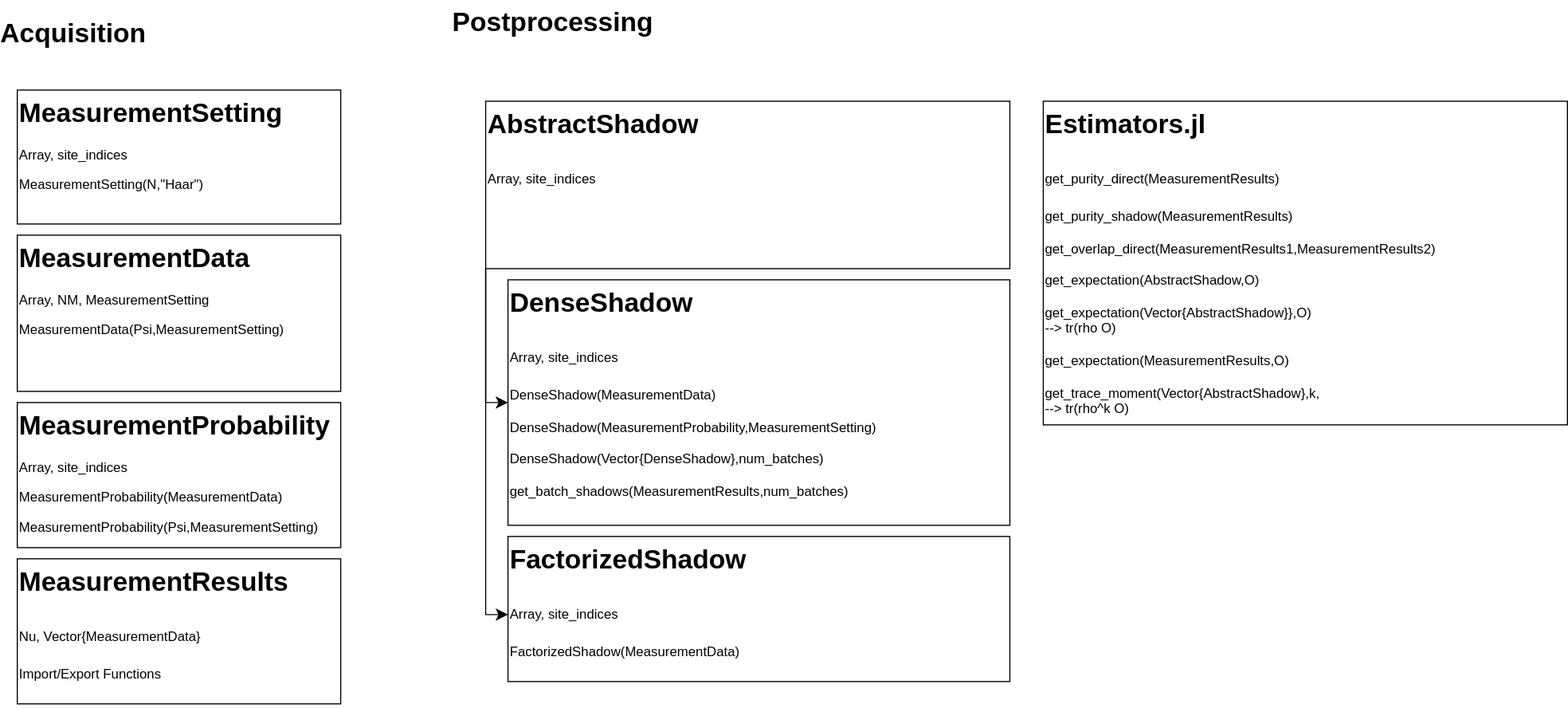
This is StructureRandomMeas.drawio.svg from bvermersch/RandomMeas.jl, a draw.io export, as it was before one commit. Source tidied: cells renumbered, new cells last; positions are measured from the earlier drawing's top-left corner, leaving out a move shared by most shapes.
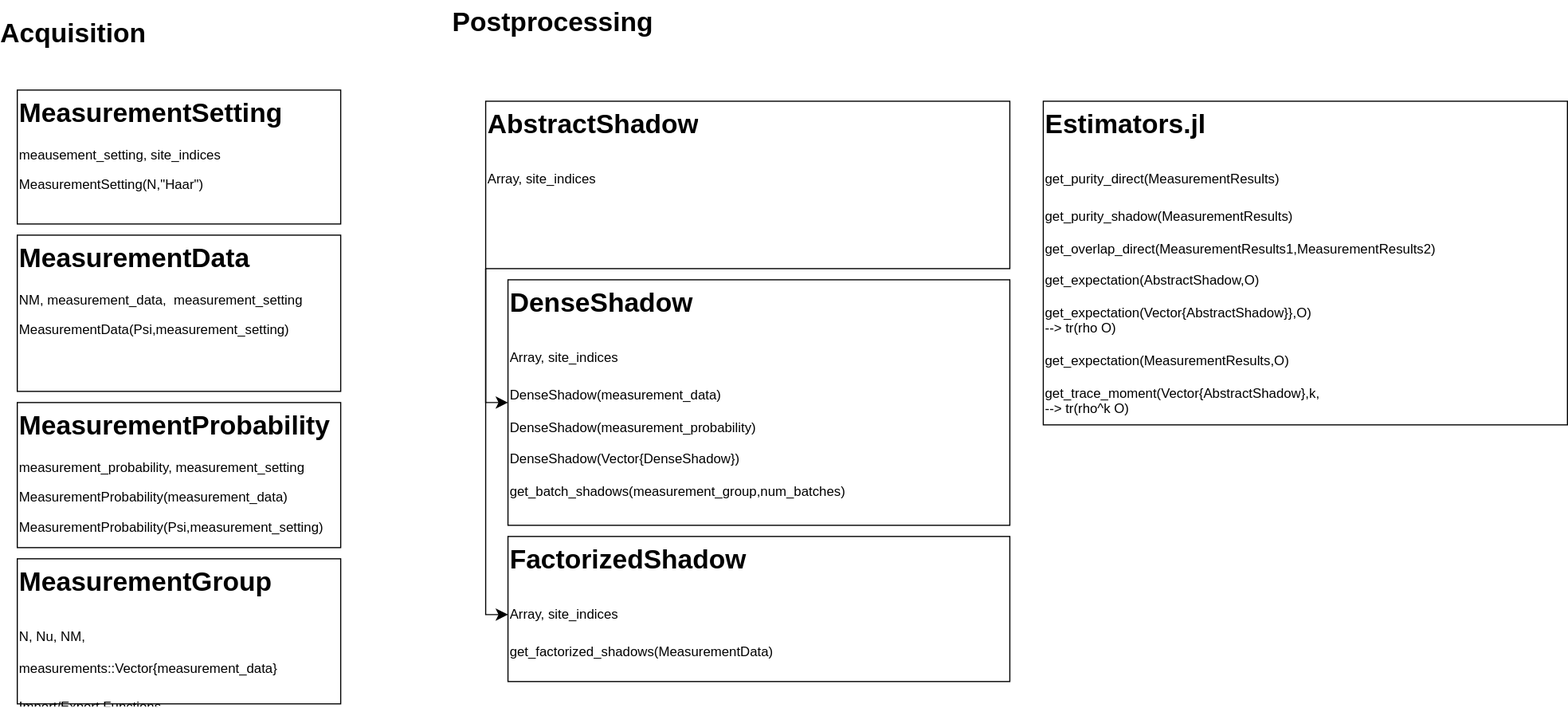
After the change.

The edit, as a diff of the source:
```diff
@@ -2,25 +2,25 @@
   <root>
     <mxCell id="0" />
     <mxCell id="1" parent="0" />
-    <mxCell id="2" value="&lt;h1 style=&quot;margin-top: 0px;&quot;&gt;MeasurementData&lt;/h1&gt;&lt;p&gt;Array, NM, MeasurementSetting&lt;/p&gt;&lt;p&gt;MeasurementData(Psi,MeasurementSetting)&lt;/p&gt;&lt;p&gt;&lt;br&gt;&lt;/p&gt;&lt;p&gt;&lt;br&gt;&lt;/p&gt;" style="text;html=1;whiteSpace=wrap;overflow=hidden;rounded=0;strokeColor=default;" parent="1" vertex="1">
+    <mxCell id="2" value="&lt;h1 style=&quot;margin-top: 0px;&quot;&gt;MeasurementData&lt;/h1&gt;NM,&lt;span style=&quot;background-color: initial;&quot;&gt;measurement_data,&amp;nbsp; measurement_setting&lt;/span&gt;&lt;br&gt;&lt;p&gt;MeasurementData(Psi,measurement_setting)&lt;/p&gt;&lt;p&gt;&lt;br&gt;&lt;/p&gt;&lt;p&gt;&lt;br&gt;&lt;/p&gt;" style="text;html=1;whiteSpace=wrap;overflow=hidden;rounded=0;strokeColor=default;" parent="1" vertex="1">
       <mxGeometry y="210" width="290" height="140" as="geometry" />
     </mxCell>
-    <mxCell id="3" value="&lt;h1 style=&quot;margin-top: 0px;&quot;&gt;MeasurementSetting&lt;/h1&gt;&lt;p&gt;Array, site_indices&lt;/p&gt;&lt;p&gt;MeasurementSetting(N,&quot;Haar&quot;)&lt;/p&gt;&lt;p&gt;&lt;br&gt;&lt;/p&gt;&lt;p&gt;&lt;br&gt;&lt;/p&gt;" style="text;html=1;whiteSpace=wrap;overflow=hidden;rounded=0;strokeColor=default;" parent="1" vertex="1">
+    <mxCell id="3" value="&lt;h1 style=&quot;margin-top: 0px;&quot;&gt;MeasurementSetting&lt;/h1&gt;&lt;p&gt;meausement_setting, site_indices&lt;/p&gt;&lt;p&gt;MeasurementSetting(N,&quot;Haar&quot;)&lt;/p&gt;&lt;p&gt;&lt;br&gt;&lt;/p&gt;&lt;p&gt;&lt;br&gt;&lt;/p&gt;" style="text;html=1;whiteSpace=wrap;overflow=hidden;rounded=0;strokeColor=default;" parent="1" vertex="1">
       <mxGeometry y="80" width="290" height="120" as="geometry" />
     </mxCell>
-    <mxCell id="4" value="&lt;h1 style=&quot;margin-top: 0px;&quot;&gt;MeasurementProbability&lt;/h1&gt;&lt;p&gt;Array, site_indices&lt;/p&gt;&lt;p&gt;MeasurementProbability(MeasurementData)&lt;/p&gt;&lt;p&gt;MeasurementProbability(Psi,MeasurementSetting)&lt;/p&gt;" style="text;html=1;whiteSpace=wrap;overflow=hidden;rounded=0;strokeColor=default;" parent="1" vertex="1">
+    <mxCell id="4" value="&lt;h1 style=&quot;margin-top: 0px;&quot;&gt;MeasurementProbability&lt;/h1&gt;&lt;p&gt;measurement_probability, measurement_setting&lt;/p&gt;&lt;p&gt;MeasurementProbability(measurement_data)&lt;/p&gt;&lt;p&gt;MeasurementProbability(Psi,measurement_setting)&lt;/p&gt;" style="text;html=1;whiteSpace=wrap;overflow=hidden;rounded=0;strokeColor=default;" parent="1" vertex="1">
       <mxGeometry y="360" width="290" height="130" as="geometry" />
     </mxCell>
-    <mxCell id="5" value="&lt;h1 style=&quot;margin-top: 0px;&quot;&gt;&lt;span style=&quot;background-color: transparent; color: light-dark(rgb(0, 0, 0), rgb(255, 255, 255));&quot;&gt;DenseShadow&lt;/span&gt;&lt;/h1&gt;&lt;h1 style=&quot;margin-top: 0px;&quot;&gt;&lt;span style=&quot;background-color: transparent; color: light-dark(rgb(0, 0, 0), rgb(255, 255, 255)); font-size: 12px; font-weight: normal;&quot;&gt;Array, site_indices&lt;/span&gt;&lt;/h1&gt;&lt;div&gt;DenseShadow(MeasurementData)&lt;/div&gt;&lt;div&gt;&lt;br&gt;&lt;/div&gt;&lt;div&gt;DenseShadow(MeasurementProbability,MeasurementSetting)&lt;/div&gt;&lt;div&gt;&lt;br&gt;&lt;/div&gt;&lt;div&gt;DenseShadow(Vector{DenseShadow},num_batches)&lt;/div&gt;&lt;div&gt;&lt;br&gt;&lt;/div&gt;&lt;div&gt;get_batch_shadows(MeasurementResults,num_batches)&lt;/div&gt;&lt;div&gt;&lt;br&gt;&lt;/div&gt;" style="text;html=1;whiteSpace=wrap;overflow=hidden;rounded=0;strokeColor=default;" parent="1" vertex="1">
+    <mxCell id="5" value="&lt;h1 style=&quot;margin-top: 0px;&quot;&gt;&lt;span style=&quot;background-color: transparent; color: light-dark(rgb(0, 0, 0), rgb(255, 255, 255));&quot;&gt;DenseShadow&lt;/span&gt;&lt;/h1&gt;&lt;h1 style=&quot;margin-top: 0px;&quot;&gt;&lt;span style=&quot;background-color: transparent; color: light-dark(rgb(0, 0, 0), rgb(255, 255, 255)); font-size: 12px; font-weight: normal;&quot;&gt;Array, site_indices&lt;/span&gt;&lt;/h1&gt;&lt;div&gt;DenseShadow(measurement_data)&lt;/div&gt;&lt;div&gt;&lt;br&gt;&lt;/div&gt;&lt;div&gt;DenseShadow(measurement_probability)&lt;/div&gt;&lt;div&gt;&lt;br&gt;&lt;/div&gt;&lt;div&gt;DenseShadow(Vector{DenseShadow})&lt;/div&gt;&lt;div&gt;&lt;br&gt;&lt;/div&gt;&lt;div&gt;get_batch_shadows(measurement_group,num_batches)&lt;/div&gt;&lt;div&gt;&lt;br&gt;&lt;/div&gt;" style="text;html=1;whiteSpace=wrap;overflow=hidden;rounded=0;strokeColor=default;" parent="1" vertex="1">
       <mxGeometry x="440" y="250" width="450" height="220" as="geometry" />
     </mxCell>
-    <mxCell id="6" value="&lt;h1 style=&quot;margin-top: 0px;&quot;&gt;&lt;span style=&quot;background-color: transparent; color: light-dark(rgb(0, 0, 0), rgb(255, 255, 255));&quot;&gt;FactorizedShadow&lt;/span&gt;&lt;/h1&gt;&lt;h1 style=&quot;margin-top: 0px;&quot;&gt;&lt;span style=&quot;background-color: transparent; color: light-dark(rgb(0, 0, 0), rgb(255, 255, 255)); font-size: 12px; font-weight: normal;&quot;&gt;Array, site_indices&lt;/span&gt;&lt;/h1&gt;&lt;div&gt;FactorizedShadow(MeasurementData)&lt;/div&gt;&lt;div&gt;&lt;br&gt;&lt;/div&gt;&lt;div&gt;&lt;br&gt;&lt;/div&gt;" style="text;html=1;whiteSpace=wrap;overflow=hidden;rounded=0;strokeColor=default;" parent="1" vertex="1">
+    <mxCell id="6" value="&lt;h1 style=&quot;margin-top: 0px;&quot;&gt;&lt;span style=&quot;background-color: transparent; color: light-dark(rgb(0, 0, 0), rgb(255, 255, 255));&quot;&gt;FactorizedShadow&lt;/span&gt;&lt;/h1&gt;&lt;h1 style=&quot;margin-top: 0px;&quot;&gt;&lt;span style=&quot;background-color: transparent; color: light-dark(rgb(0, 0, 0), rgb(255, 255, 255)); font-size: 12px; font-weight: normal;&quot;&gt;Array, site_indices&lt;/span&gt;&lt;/h1&gt;&lt;div&gt;get_factorized_shadows(MeasurementData)&lt;/div&gt;&lt;div&gt;&lt;br&gt;&lt;/div&gt;&lt;div&gt;&lt;br&gt;&lt;/div&gt;" style="text;html=1;whiteSpace=wrap;overflow=hidden;rounded=0;strokeColor=default;" parent="1" vertex="1">
       <mxGeometry x="440" y="480" width="450" height="130" as="geometry" />
     </mxCell>
     <mxCell id="7" value="&lt;h1 style=&quot;margin-top: 0px;&quot;&gt;&lt;span style=&quot;background-color: transparent; color: light-dark(rgb(0, 0, 0), rgb(255, 255, 255));&quot;&gt;Estimators.jl&lt;/span&gt;&lt;/h1&gt;&lt;h1 style=&quot;margin-top: 0px;&quot;&gt;&lt;span style=&quot;background-color: transparent; color: light-dark(rgb(0, 0, 0), rgb(255, 255, 255)); font-size: 12px; font-weight: normal;&quot;&gt;get_purity_direct(MeasurementResults)&lt;br&gt;&lt;/span&gt;&lt;/h1&gt;&lt;div&gt;get_purity_shadow(MeasurementResults)&lt;/div&gt;&lt;div&gt;&lt;br&gt;&lt;/div&gt;&lt;div&gt;&lt;span style=&quot;background-color: transparent; color: light-dark(rgb(0, 0, 0), rgb(255, 255, 255)); font-size: 12px; font-weight: normal;&quot;&gt;get_overlap_direct(MeasurementResults1,MeasurementResults2)&lt;/span&gt;&lt;/div&gt;&lt;div&gt;&lt;span style=&quot;background-color: transparent; color: light-dark(rgb(0, 0, 0), rgb(255, 255, 255)); font-size: 12px; font-weight: normal;&quot;&gt;&lt;br&gt;&lt;/span&gt;&lt;/div&gt;&lt;div&gt;&lt;div&gt;&lt;span style=&quot;background-color: transparent; color: light-dark(rgb(0, 0, 0), rgb(255, 255, 255));&quot;&gt;get_expectation(AbstractShadow,O)&lt;/span&gt;&lt;/div&gt;&lt;/div&gt;&lt;div&gt;&lt;br&gt;&lt;/div&gt;&lt;div&gt;&lt;div&gt;&lt;span style=&quot;background-color: transparent; color: light-dark(rgb(0, 0, 0), rgb(255, 255, 255));&quot;&gt;get_expectation(Vector{AbstractShadow}},O)&lt;/span&gt;&lt;/div&gt;&lt;/div&gt;&lt;div&gt;&lt;span style=&quot;background-color: transparent; color: light-dark(rgb(0, 0, 0), rgb(255, 255, 255));&quot;&gt;--&amp;gt; tr(rho O)&lt;/span&gt;&lt;/div&gt;&lt;div&gt;&lt;span style=&quot;background-color: transparent; color: light-dark(rgb(0, 0, 0), rgb(255, 255, 255));&quot;&gt;&lt;br&gt;&lt;/span&gt;&lt;/div&gt;&lt;div&gt;&lt;span style=&quot;background-color: transparent; color: light-dark(rgb(0, 0, 0), rgb(255, 255, 255));&quot;&gt;get_expectation(MeasurementResults,O)&lt;/span&gt;&lt;/div&gt;&lt;div&gt;&lt;br&gt;&lt;/div&gt;&lt;div&gt;get_trace_moment(Vector{AbstractShadow},k,&lt;/div&gt;&lt;div&gt;--&amp;gt; tr(rho^k O)&lt;/div&gt;&lt;div&gt;&lt;br&gt;&lt;/div&gt;&lt;div&gt;&lt;br&gt;&lt;/div&gt;&lt;div&gt;&lt;br&gt;&lt;/div&gt;" style="text;html=1;whiteSpace=wrap;overflow=hidden;rounded=0;strokeColor=default;" parent="1" vertex="1">
       <mxGeometry x="920" y="90" width="470" height="290" as="geometry" />
     </mxCell>
-    <mxCell id="8" value="&lt;h1 style=&quot;margin-top: 0px;&quot;&gt;MeasurementResults&lt;/h1&gt;&lt;h1 style=&quot;margin-top: 0px;&quot;&gt;&lt;span style=&quot;background-color: transparent; color: light-dark(rgb(0, 0, 0), rgb(255, 255, 255)); font-size: 12px; font-weight: normal;&quot;&gt;Nu, Vector{MeasurementData}&lt;/span&gt;&lt;/h1&gt;&lt;p&gt;Import/Export Functions&lt;/p&gt;&lt;p&gt;&lt;br&gt;&lt;/p&gt;&lt;p&gt;&lt;br&gt;&lt;/p&gt;" style="text;html=1;whiteSpace=wrap;overflow=hidden;rounded=0;strokeColor=default;" parent="1" vertex="1">
+    <mxCell id="8" value="&lt;h1 style=&quot;margin-top: 0px;&quot;&gt;MeasurementGroup&lt;/h1&gt;&lt;h1 style=&quot;margin-top: 0px;&quot;&gt;&lt;span style=&quot;background-color: transparent; color: light-dark(rgb(0, 0, 0), rgb(255, 255, 255)); font-size: 12px; font-weight: normal;&quot;&gt;N, Nu, NM, measurements::Vector{measurement_data}&lt;/span&gt;&lt;/h1&gt;&lt;p&gt;Import/Export Functions&lt;/p&gt;&lt;p&gt;&lt;br&gt;&lt;/p&gt;&lt;p&gt;&lt;br&gt;&lt;/p&gt;" style="text;html=1;whiteSpace=wrap;overflow=hidden;rounded=0;strokeColor=default;" parent="1" vertex="1">
       <mxGeometry y="500" width="290" height="130" as="geometry" />
     </mxCell>
     <mxCell id="9" value="Acquisition" style="text;strokeColor=none;fillColor=none;html=1;fontSize=24;fontStyle=1;verticalAlign=middle;align=center;" parent="1" vertex="1">
```
